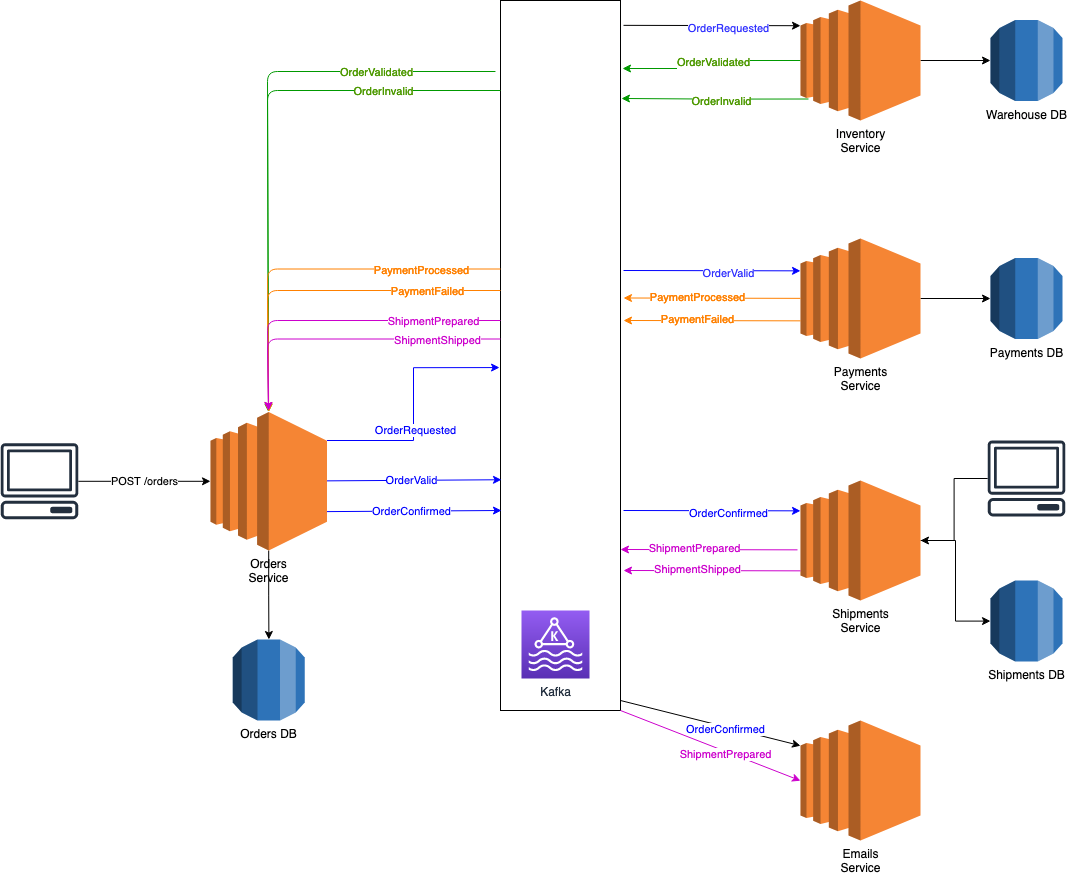
arconsis/Eshop-EDA keeps this draw.io diagram as v1/ArchitectureFlow.png. Above is the earlier version. Source tidied: cells renumbered, new cells last; positions are measured from the earlier drawing's top-left corner, leaving out a move shared by most shapes.
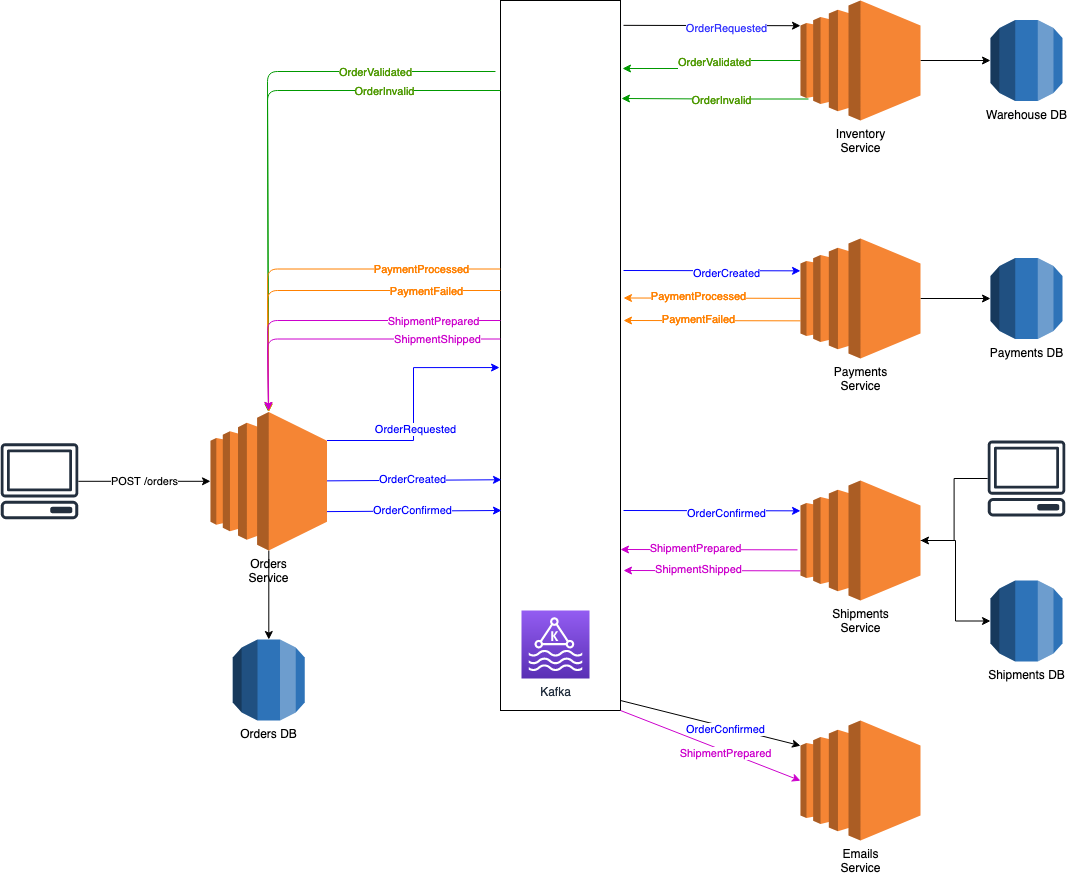
After the commit.

Commit message:
Improve flow diagram

Change to the diagram source:
```diff
@@ -104,7 +104,7 @@
     <mxCell id="29" style="endArrow=classic;html=1;entryX=0.008;entryY=0.675;entryDx=0;entryDy=0;entryPerimeter=0;strokeColor=#0000FF;" parent="1" edge="1" source="9" target="4">
       <mxGeometry relative="1" as="geometry" />
     </mxCell>
-    <mxCell id="30" value="&lt;font color=&quot;#0000FF&quot;&gt;OrderValid&lt;/font&gt;" style="edgeLabel;html=1;align=center;verticalAlign=middle;" parent="29" vertex="1">
+    <mxCell id="30" value="&lt;font color=&quot;#0000FF&quot;&gt;OrderCreated&lt;/font&gt;" style="edgeLabel;html=1;align=center;verticalAlign=middle;" parent="29" vertex="1">
       <mxGeometry x="-0.03" y="1" relative="1" as="geometry" />
     </mxCell>
     <mxCell id="31" style="endArrow=classic;html=1;entryX=0;entryY=0.21;entryDx=0;entryDy=0;entryPerimeter=0;exitX=1.025;exitY=0.035;exitDx=0;exitDy=0;exitPerimeter=0;strokeColor=#0000FF;" parent="1" edge="1">
@@ -113,7 +113,7 @@
         <mxPoint x="800" y="270.4" as="targetPoint" />
       </mxGeometry>
     </mxCell>
-    <mxCell id="32" value="&lt;font color=&quot;#3333FF&quot;&gt;OrderValid&lt;/font&gt;" style="edgeLabel;html=1;align=center;verticalAlign=middle;" parent="31" vertex="1">
+    <mxCell id="32" value="&lt;font color=&quot;#0000FF&quot;&gt;OrderCreated&lt;/font&gt;" style="edgeLabel;html=1;align=center;verticalAlign=middle;" parent="31" vertex="1">
       <mxGeometry x="0.17" y="-2" relative="1" as="geometry" />
     </mxCell>
     <mxCell id="33" style="endArrow=classic;html=1;entryX=0;entryY=0.21;entryDx=0;entryDy=0;entryPerimeter=0;exitX=1.025;exitY=0.035;exitDx=0;exitDy=0;exitPerimeter=0;strokeColor=#FF8000;" parent="1" edge="1">
```
